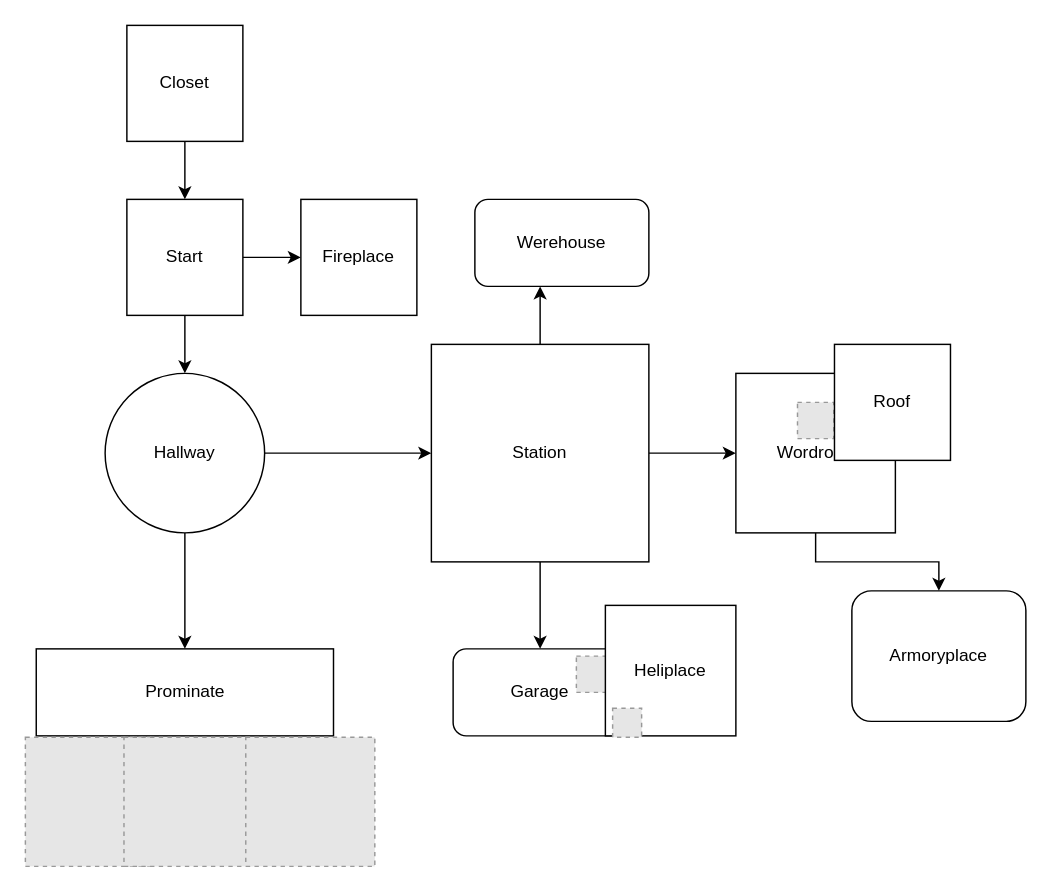
Above: diagrams/Untitled Diagram.drawio in gtchaykovskiy/Tested_proj (draw.io), before the change. Source tidied: cells renumbered, new cells numbered last; positions are measured from the earlier drawing's top-left corner, leaving out a move shared by most shapes. Both pictures are drawn from the tidied source at 145%, with x=0, y=0 at pixel (25, 25). Pictures stored in the file or linked from it are replaced by grey dashed boxes.
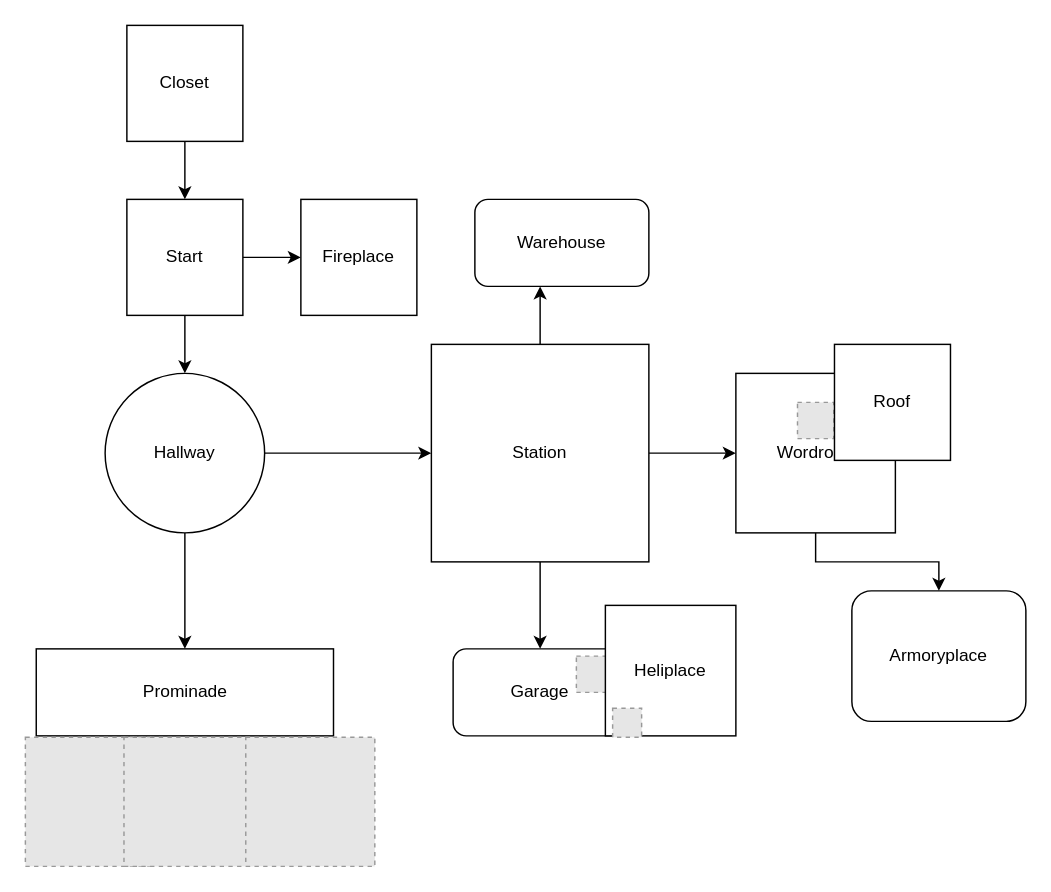
After the change.

Diff of the diagram source:
```diff
@@
-    <mxCell id="15" value="Werehouse" style="rounded=1;whiteSpace=wrap;html=1;" parent="1" vertex="1">
+    <mxCell id="15" value="Warehouse" style="rounded=1;whiteSpace=wrap;html=1;" parent="1" vertex="1">
       <mxGeometry x="310" y="120" width="120" height="60" as="geometry" />
     </mxCell>
@@
-    <mxCell id="17" value="Prominate" style="rounded=0;whiteSpace=wrap;html=1;" parent="1" vertex="1">
+    <mxCell id="17" value="Prominade" style="rounded=0;whiteSpace=wrap;html=1;" parent="1" vertex="1">
       <mxGeometry x="7.5" y="430" width="205" height="60" as="geometry" />
     </mxCell>
```
